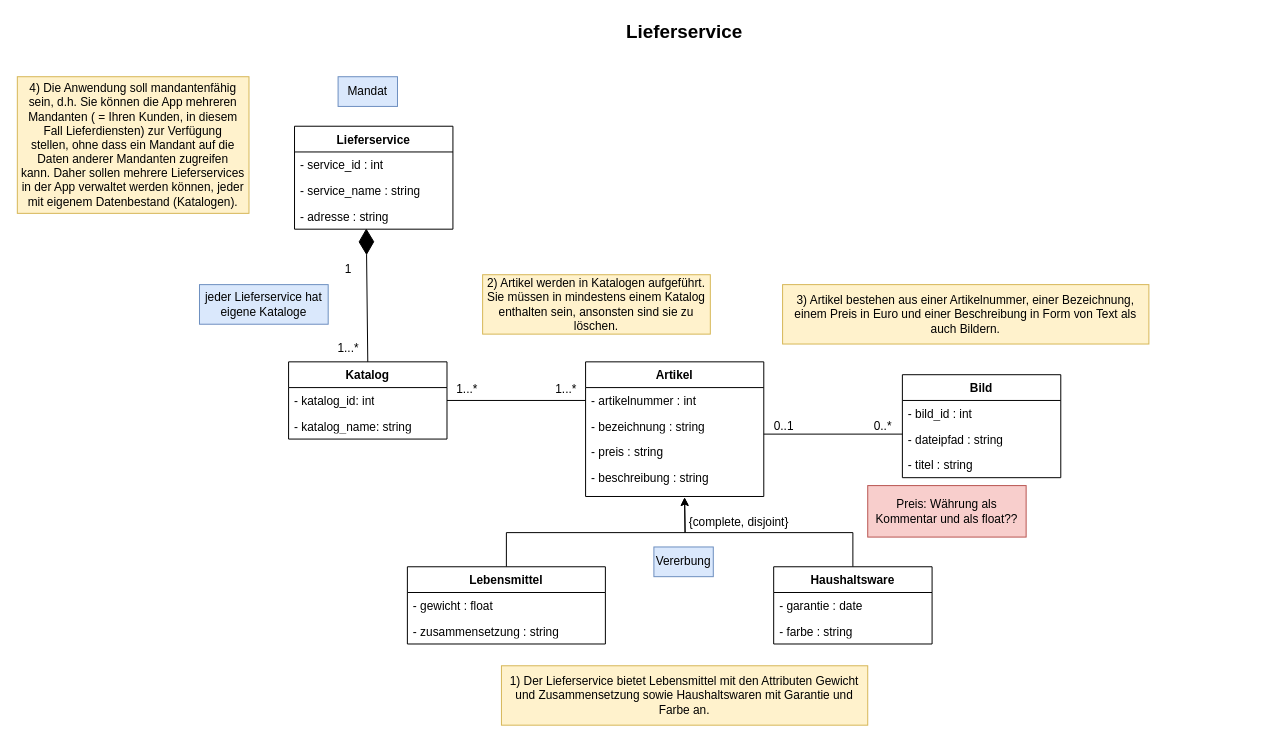
The draw.io diagram Praktikum2/Lieferservice_UML_Klassendiagramm.drawio in maily1412/DBS2_Praktikum, before the edit. Source tidied: cells renumbered, new cells numbered last; positions are measured from the earlier drawing's top-left corner, leaving out a move shared by most shapes. Both pictures are drawn from the tidied source at 99%, with x=0, y=0 at pixel (17, 17).
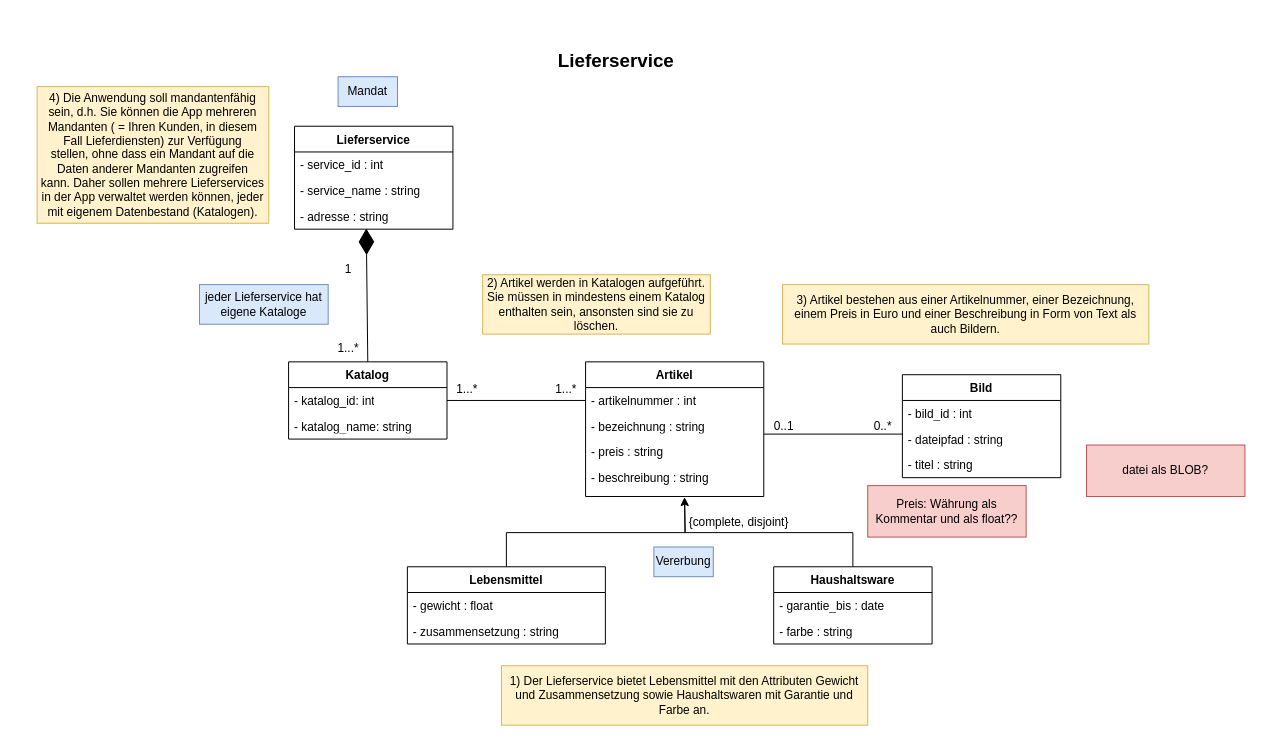
The same diagram, later.

Commit message:
Änderung Mailys UML

Unchanged cells that the change refers to:
```xml
<mxCell id="7" value="Haushaltsware" style="swimlane;fontStyle=1;align=center;verticalAlign=top;horizontal=1;startSize=26;whiteSpace=wrap;html=1;" parent="1" vertex="1">
  <mxGeometry x="764" y="555" width="160" height="78" as="geometry" />
</mxCell>
```

What changed in the source:
```diff
@@
-    <mxCell id="8" value="- garantie : date" style="text;strokeColor=none;fillColor=none;align=left;verticalAlign=top;spacingLeft=4;spacingRight=4;overflow=hidden;whiteSpace=wrap;html=1;" parent="7" vertex="1">
+    <mxCell id="8" value="- garantie_bis : date" style="text;strokeColor=none;fillColor=none;align=left;verticalAlign=top;spacingLeft=4;spacingRight=4;overflow=hidden;whiteSpace=wrap;html=1;" parent="7" vertex="1">
       <mxGeometry y="26" width="160" height="26" as="geometry" />
     </mxCell>
@@
     <mxCell id="28" value="&lt;b&gt;&lt;font style=&quot;font-size: 19px;&quot;&gt;Lieferservice&lt;/font&gt;&lt;/b&gt;" style="text;html=1;align=center;verticalAlign=middle;whiteSpace=wrap;rounded=0;" parent="1" vertex="1">
-      <mxGeometry x="589" width="170" height="30" as="geometry" />
+      <mxGeometry x="520" y="30" width="170" height="30" as="geometry" />
     </mxCell>
@@
     <mxCell id="41" value="4) Die Anwendung soll mandantenfähig sein, d.h. Sie können die App mehreren&lt;br/&gt;Mandanten ( = Ihren Kunden, in diesem Fall Lieferdiensten) zur Verfügung&lt;br/&gt;stellen, ohne dass ein Mandant auf die Daten anderer Mandanten zugreifen&lt;br/&gt;kann. Daher sollen mehrere Lieferservices in der App verwaltet werden können, jeder mit eigenem Datenbestand (Katalogen)." style="text;html=1;align=center;verticalAlign=middle;whiteSpace=wrap;rounded=0;fillColor=#fff2cc;strokeColor=#d6b656;" parent="1" vertex="1">
-      <mxGeometry y="60" width="234" height="138" as="geometry" />
+      <mxGeometry x="20" y="70" width="234" height="138" as="geometry" />
     </mxCell>
@@
+    <mxCell id="45" value="datei als BLOB?" style="text;html=1;align=center;verticalAlign=middle;whiteSpace=wrap;rounded=0;fillColor=#f8cecc;strokeColor=#b85450;" parent="1" vertex="1">
+      <mxGeometry x="1080" y="432" width="160" height="52" as="geometry" />
+    </mxCell>
```
